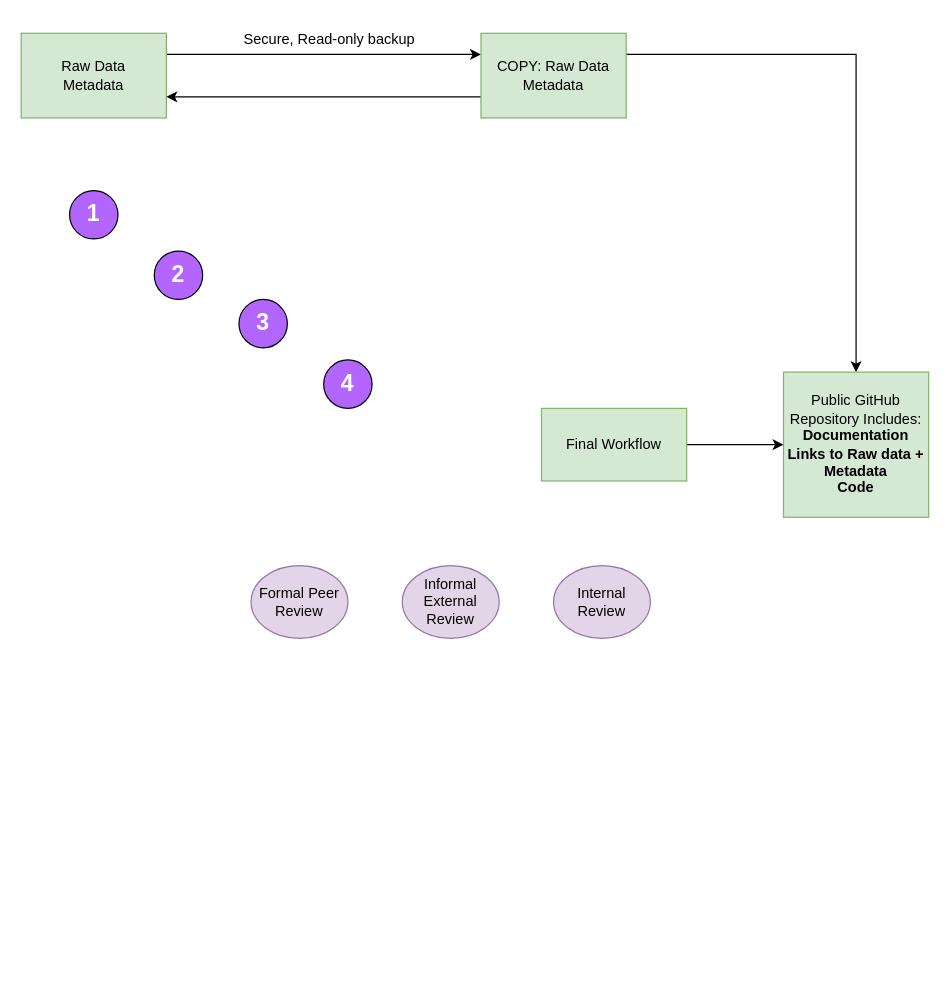
Before: WorkFlowDiagram/WorkFlowDiagram.drawio in bankheak/Dolphins, a draw.io diagram. Source tidied: cells renumbered, new cells numbered last; positions are measured from the earlier drawing's top-left corner, leaving out a move shared by most shapes. Both pictures are drawn from the tidied source at 121%, with x=0, y=0 at pixel (21, 21).
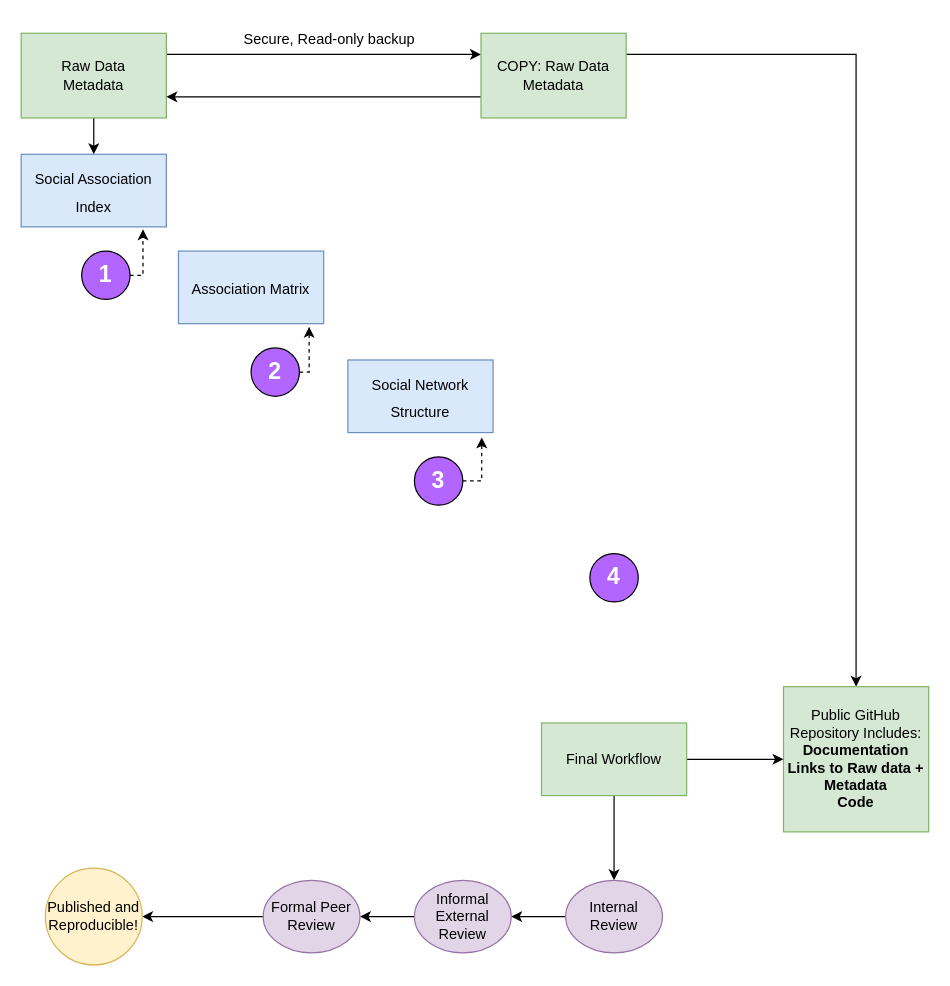
The same diagram, later.

Unchanged cells that the change refers to:
```xml
<mxCell id="3" value="Raw Data&lt;br&gt;Metadata" style="rounded=0;whiteSpace=wrap;html=1;fillColor=#d5e8d4;strokeColor=#82b366;" parent="1" vertex="1">
  <mxGeometry y="10" width="120" height="70" as="geometry" />
</mxCell>
```

The edit, as a diff of the source:
```diff
@@
+    <mxCell id="18" style="edgeStyle=orthogonalEdgeStyle;rounded=0;jettySize=auto;html=1;fontSize=12;fontColor=#FFFFFF;" parent="1" edge="1" source="3" target="26">
+      <mxGeometry relative="1" as="geometry" />
+    </mxCell>
@@
     <mxCell id="8" value="Public GitHub Repository Includes:&lt;br&gt;&lt;b&gt;Documentation&lt;br&gt;Links to Raw data + Metadata&lt;br&gt;Code&lt;/b&gt;" style="rounded=0;whiteSpace=wrap;html=1;strokeColor=#82b366;fillColor=#d5e8d4;" parent="1" vertex="1">
-      <mxGeometry x="630" y="290" width="120" height="120" as="geometry" />
+      <mxGeometry x="630" y="550" width="120" height="120" as="geometry" />
     </mxCell>
@@
+    <mxCell id="19" style="edgeStyle=orthogonalEdgeStyle;rounded=0;jettySize=auto;html=1;exitX=0.5;exitY=1;exitDx=0;exitDy=0;fontSize=12;fontColor=#FFFFFF;" parent="1" edge="1" source="10" target="11">
+      <mxGeometry relative="1" as="geometry" />
+    </mxCell>
     <mxCell id="10" value="Final Workflow" style="rounded=0;whiteSpace=wrap;html=1;strokeColor=#82b366;fillColor=#d5e8d4;" parent="1" vertex="1">
-      <mxGeometry x="430" y="320" width="120" height="60" as="geometry" />
+      <mxGeometry x="430" y="580" width="120" height="60" as="geometry" />
     </mxCell>
+    <mxCell id="20" style="edgeStyle=orthogonalEdgeStyle;rounded=0;jettySize=auto;html=1;fontSize=12;fontColor=#FFFFFF;" parent="1" edge="1" source="11" target="12">
+      <mxGeometry relative="1" as="geometry" />
+    </mxCell>
     <mxCell id="11" value="Internal Review" style="ellipse;whiteSpace=wrap;html=1;strokeColor=#9673a6;fillColor=#e1d5e7;" parent="1" vertex="1">
-      <mxGeometry x="440" y="450" width="80" height="60" as="geometry" />
+      <mxGeometry x="450" y="710" width="80" height="60" as="geometry" />
     </mxCell>
+    <mxCell id="21" style="edgeStyle=orthogonalEdgeStyle;rounded=0;jettySize=auto;html=1;fontSize=12;fontColor=#FFFFFF;" parent="1" edge="1" source="12" target="13">
+      <mxGeometry relative="1" as="geometry" />
+    </mxCell>
     <mxCell id="12" value="Informal External Review" style="ellipse;whiteSpace=wrap;html=1;strokeColor=#9673a6;fillColor=#e1d5e7;" parent="1" vertex="1">
-      <mxGeometry x="315" y="450" width="80" height="60" as="geometry" />
+      <mxGeometry x="325" y="710" width="80" height="60" as="geometry" />
     </mxCell>
+    <mxCell id="22" style="edgeStyle=orthogonalEdgeStyle;rounded=0;jettySize=auto;html=1;fontSize=12;fontColor=#FFFFFF;" parent="1" edge="1" source="13" target="29">
+      <mxGeometry relative="1" as="geometry" />
+    </mxCell>
     <mxCell id="13" value="Formal Peer Review" style="ellipse;whiteSpace=wrap;html=1;strokeColor=#9673a6;fillColor=#e1d5e7;" parent="1" vertex="1">
-      <mxGeometry x="190" y="450" width="80" height="60" as="geometry" />
+      <mxGeometry x="200" y="710" width="80" height="60" as="geometry" />
     </mxCell>
+    <mxCell id="23" style="edgeStyle=orthogonalEdgeStyle;rounded=0;jettySize=auto;html=1;exitX=1;exitY=0.5;exitDx=0;exitDy=0;entryX=0.839;entryY=1.033;entryDx=0;entryDy=0;entryPerimeter=0;fontSize=12;fontColor=#FFFFFF;dashed=1;" parent="1" edge="1" source="14" target="26">
+      <mxGeometry relative="1" as="geometry" />
+    </mxCell>
     <mxCell id="14" value="&lt;font style=&quot;font-size: 19px;&quot; color=&quot;#ffffff&quot;&gt;1&lt;/font&gt;" style="ellipse;whiteSpace=wrap;html=1;strokeColor=#000000;fillColor=#B266FF;fontStyle=1;" parent="1" vertex="1">
-      <mxGeometry x="40" y="140" width="40" height="40" as="geometry" />
+      <mxGeometry x="50" y="190" width="40" height="40" as="geometry" />
     </mxCell>
+    <mxCell id="24" style="edgeStyle=orthogonalEdgeStyle;rounded=0;jettySize=auto;html=1;exitX=1;exitY=0.5;exitDx=0;exitDy=0;entryX=0.9;entryY=1.044;entryDx=0;entryDy=0;entryPerimeter=0;dashed=1;fontSize=12;fontColor=#FFFFFF;" parent="1" edge="1" source="15" target="27">
+      <mxGeometry relative="1" as="geometry" />
+    </mxCell>
     <mxCell id="15" value="&lt;font style=&quot;font-size: 19px;&quot; color=&quot;#ffffff&quot;&gt;2&lt;/font&gt;" style="ellipse;whiteSpace=wrap;html=1;strokeColor=#000000;fillColor=#B266FF;fontStyle=1;" parent="1" vertex="1">
-      <mxGeometry x="110" y="190" width="40" height="40" as="geometry" />
+      <mxGeometry x="190" y="270" width="40" height="40" as="geometry" />
     </mxCell>
+    <mxCell id="25" style="edgeStyle=orthogonalEdgeStyle;rounded=0;jettySize=auto;html=1;exitX=1;exitY=0.5;exitDx=0;exitDy=0;entryX=0.922;entryY=1.067;entryDx=0;entryDy=0;entryPerimeter=0;fontSize=12;fontColor=#FFFFFF;dashed=1;" parent="1" edge="1" source="16" target="28">
+      <mxGeometry relative="1" as="geometry" />
+    </mxCell>
     <mxCell id="16" value="&lt;font style=&quot;font-size: 19px;&quot; color=&quot;#ffffff&quot;&gt;3&lt;/font&gt;" style="ellipse;whiteSpace=wrap;html=1;strokeColor=#000000;fillColor=#B266FF;fontStyle=1;" parent="1" vertex="1">
-      <mxGeometry x="180" y="230" width="40" height="40" as="geometry" />
+      <mxGeometry x="325" y="360" width="40" height="40" as="geometry" />
     </mxCell>
     <mxCell id="17" value="&lt;font style=&quot;font-size: 19px;&quot; color=&quot;#ffffff&quot;&gt;4&lt;/font&gt;" style="ellipse;whiteSpace=wrap;html=1;strokeColor=#000000;fillColor=#B266FF;fontStyle=1;" parent="1" vertex="1">
-      <mxGeometry x="250" y="280" width="40" height="40" as="geometry" />
+      <mxGeometry x="470" y="440" width="40" height="40" as="geometry" />
     </mxCell>
+    <mxCell id="26" value="&lt;font style=&quot;font-size: 12px;&quot;&gt;Social Association Index&lt;/font&gt;" style="rounded=0;whiteSpace=wrap;html=1;strokeColor=#6c8ebf;fontSize=19;fillColor=#dae8fc;" parent="1" vertex="1">
+      <mxGeometry y="110" width="120" height="60" as="geometry" />
+    </mxCell>
+    <mxCell id="27" value="&lt;font style=&quot;font-size: 12px;&quot;&gt;Association Matrix&lt;/font&gt;" style="rounded=0;whiteSpace=wrap;html=1;strokeColor=#6c8ebf;fontSize=19;fillColor=#dae8fc;" parent="1" vertex="1">
+      <mxGeometry x="130" y="190" width="120" height="60" as="geometry" />
+    </mxCell>
+    <mxCell id="28" value="&lt;font style=&quot;font-size: 12px;&quot;&gt;Social Network Structure&lt;/font&gt;" style="rounded=0;whiteSpace=wrap;html=1;strokeColor=#6c8ebf;fontSize=19;fillColor=#dae8fc;" parent="1" vertex="1">
+      <mxGeometry x="270" y="280" width="120" height="60" as="geometry" />
+    </mxCell>
+    <mxCell id="29" value="Published and Reproducible!" style="ellipse;whiteSpace=wrap;html=1;strokeColor=#d6b656;fontSize=12;fillColor=#fff2cc;" parent="1" vertex="1">
+      <mxGeometry x="20" y="700" width="80" height="80" as="geometry" />
+    </mxCell>
```
